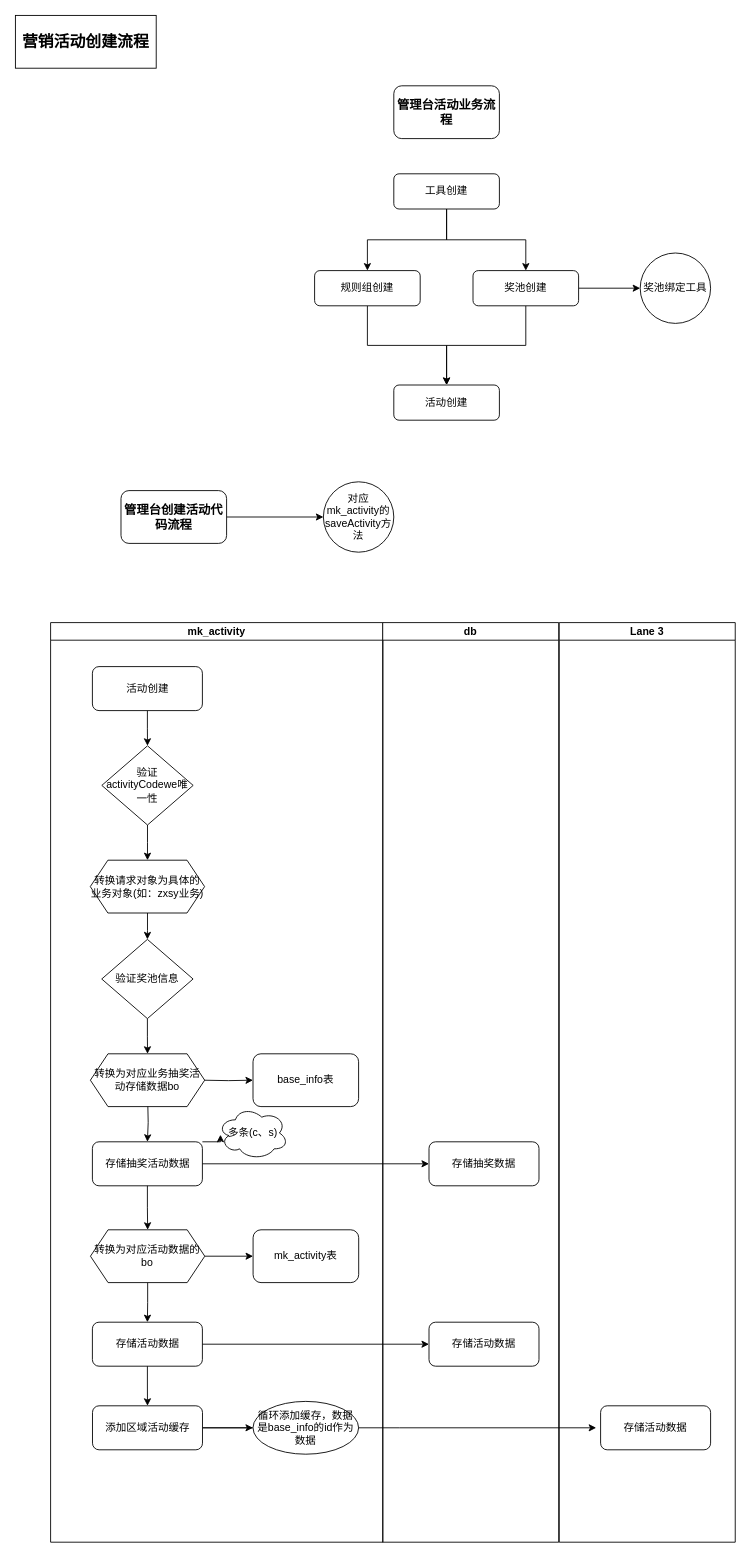
brotherAndy/dubbo keeps this draw.io diagram as Untitled Diagram.drawio. Above is the earlier version. Source tidied: cells renumbered, new cells numbered last; positions are measured from the earlier drawing's top-left corner, leaving out a move shared by most shapes. Both pictures are drawn from the tidied source at 88%, with x=0, y=0 at pixel (15, 15).
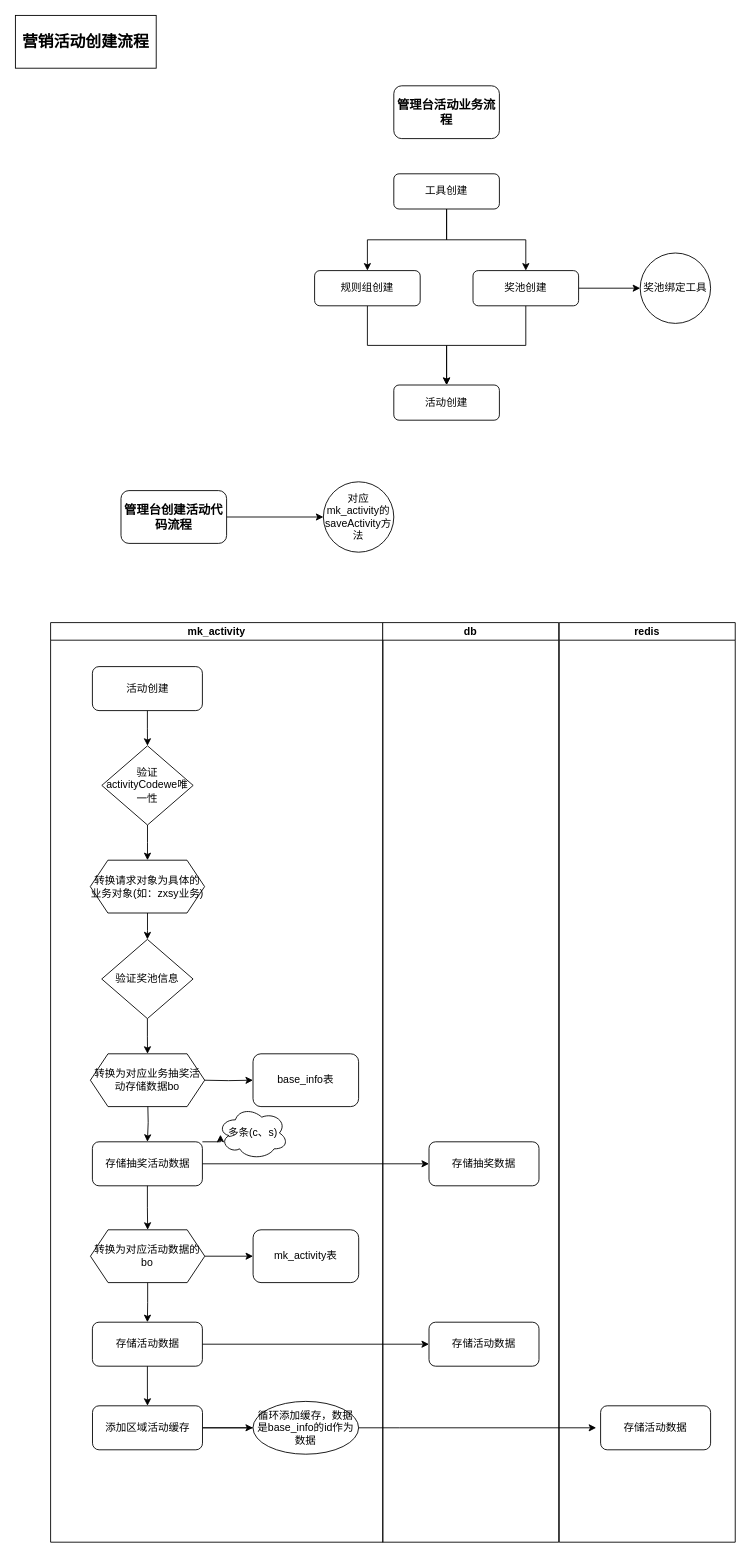
The same page after the edit.

Diff of the diagram source:
```diff
@@
-    <mxCell id="43" value="Lane 3" style="swimlane;startSize=20;" parent="1" vertex="1">
+    <mxCell id="43" value="redis" style="swimlane;startSize=20;" parent="1" vertex="1">
       <mxGeometry x="618" y="690" width="200" height="1045" as="geometry" />
     </mxCell>
```
